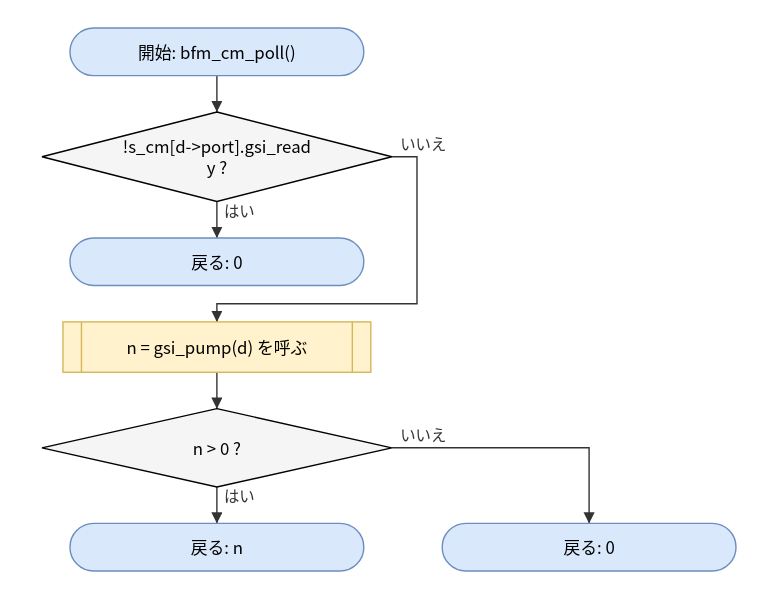
The draw.io diagram doc/spec/images/flow_src_bfm_cm-bfm_cm_poll.drawio.svg in hf355051012-ai/bfmem, before a commit. Source tidied: cells renumbered, new cells last; positions are measured from the earlier drawing's top-left corner, leaving out a move shared by most shapes.
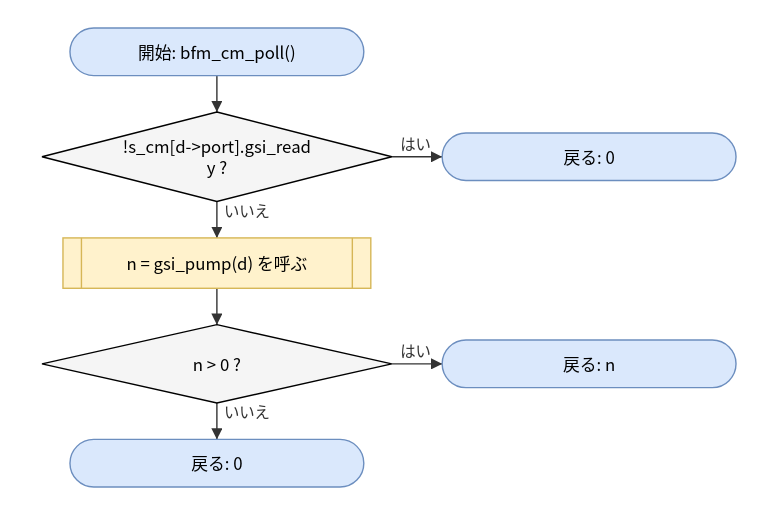
After the change.

What changed in the source:
```diff
@@ -9,47 +9,37 @@
       <mxGeometry y="60" width="250" height="64" as="geometry" />
     </mxCell>
     <mxCell id="4" value="戻る: 0" style="rounded=1;arcSize=50;whiteSpace=wrap;html=1;fillColor=#dae8fc;strokeColor=#6c8ebf;" parent="1" vertex="1">
-      <mxGeometry x="20" y="150" width="210" height="34" as="geometry" />
+      <mxGeometry x="286" y="75" width="210" height="34" as="geometry" />
     </mxCell>
     <mxCell id="5" value="n = gsi_pump(d) を呼ぶ" style="shape=process;whiteSpace=wrap;html=1;backgroundOutline=1;size=0.06;fillColor=#fff2cc;strokeColor=#d6b656;" parent="1" vertex="1">
-      <mxGeometry x="15" y="210" width="220" height="36" as="geometry" />
+      <mxGeometry x="15" y="150" width="220" height="36" as="geometry" />
     </mxCell>
     <mxCell id="6" value="n &amp;gt; 0 ?" style="rhombus;whiteSpace=wrap;html=1;fillColor=#f5f5f5;" parent="1" vertex="1">
-      <mxGeometry y="272" width="250" height="56" as="geometry" />
+      <mxGeometry y="212" width="250" height="56" as="geometry" />
     </mxCell>
     <mxCell id="7" value="戻る: n" style="rounded=1;arcSize=50;whiteSpace=wrap;html=1;fillColor=#dae8fc;strokeColor=#6c8ebf;" parent="1" vertex="1">
-      <mxGeometry x="20" y="354" width="210" height="34" as="geometry" />
+      <mxGeometry x="286" y="223" width="210" height="34" as="geometry" />
     </mxCell>
     <mxCell id="8" value="戻る: 0" style="rounded=1;arcSize=50;whiteSpace=wrap;html=1;fillColor=#dae8fc;strokeColor=#6c8ebf;" parent="1" vertex="1">
-      <mxGeometry x="286" y="354" width="210" height="34" as="geometry" />
+      <mxGeometry x="20" y="294" width="210" height="34" as="geometry" />
     </mxCell>
     <mxCell id="9" style="edgeStyle=none;html=1;rounded=0;endArrow=block;endFill=1;exitX=0.5000;exitY=1.0000;exitDx=0;exitDy=0;exitPerimeter=0;entryX=0.5000;entryY=0.0000;entryDx=0;entryDy=0;entryPerimeter=0;" parent="1" edge="1" source="2" target="3">
       <mxGeometry relative="1" as="geometry" />
     </mxCell>
-    <mxCell id="10" value="はい" style="edgeStyle=none;html=1;rounded=0;endArrow=block;endFill=1;exitX=0.5000;exitY=1.0000;exitDx=0;exitDy=0;exitPerimeter=0;entryX=0.5000;entryY=0.0000;entryDx=0;entryDy=0;entryPerimeter=0;" parent="1" edge="1" source="3" target="4">
+    <mxCell id="10" value="はい" style="edgeStyle=none;html=1;rounded=0;endArrow=block;endFill=1;exitX=1.0000;exitY=0.5000;exitDx=0;exitDy=0;exitPerimeter=0;entryX=0.0000;entryY=0.5000;entryDx=0;entryDy=0;entryPerimeter=0;" parent="1" edge="1" source="3" target="4">
       <mxGeometry relative="1" as="geometry" />
     </mxCell>
-    <mxCell id="11" value="いいえ" style="edgeStyle=none;html=1;rounded=0;endArrow=block;endFill=1;exitX=1.0000;exitY=0.5000;exitDx=0;exitDy=0;exitPerimeter=0;entryX=0.5000;entryY=0.0000;entryDx=0;entryDy=0;entryPerimeter=0;" parent="1" edge="1" source="3" target="5">
-      <mxGeometry relative="1" as="geometry">
-        <Array as="points">
-          <mxPoint x="268" y="92" />
-          <mxPoint x="268" y="197" />
-          <mxPoint x="125" y="197" />
-        </Array>
-      </mxGeometry>
+    <mxCell id="11" value="いいえ" style="edgeStyle=none;html=1;rounded=0;endArrow=block;endFill=1;exitX=0.5000;exitY=1.0000;exitDx=0;exitDy=0;exitPerimeter=0;entryX=0.5000;entryY=0.0000;entryDx=0;entryDy=0;entryPerimeter=0;" parent="1" edge="1" source="3" target="5">
+      <mxGeometry relative="1" as="geometry" />
     </mxCell>
     <mxCell id="12" style="edgeStyle=none;html=1;rounded=0;endArrow=block;endFill=1;exitX=0.5000;exitY=1.0000;exitDx=0;exitDy=0;exitPerimeter=0;entryX=0.5000;entryY=0.0000;entryDx=0;entryDy=0;entryPerimeter=0;" parent="1" edge="1" source="5" target="6">
       <mxGeometry relative="1" as="geometry" />
     </mxCell>
-    <mxCell id="13" value="はい" style="edgeStyle=none;html=1;rounded=0;endArrow=block;endFill=1;exitX=0.5000;exitY=1.0000;exitDx=0;exitDy=0;exitPerimeter=0;entryX=0.5000;entryY=0.0000;entryDx=0;entryDy=0;entryPerimeter=0;" parent="1" edge="1" source="6" target="7">
+    <mxCell id="13" value="はい" style="edgeStyle=none;html=1;rounded=0;endArrow=block;endFill=1;exitX=1.0000;exitY=0.5000;exitDx=0;exitDy=0;exitPerimeter=0;entryX=0.0000;entryY=0.5000;entryDx=0;entryDy=0;entryPerimeter=0;" parent="1" edge="1" source="6" target="7">
       <mxGeometry relative="1" as="geometry" />
     </mxCell>
-    <mxCell id="14" value="いいえ" style="edgeStyle=none;html=1;rounded=0;endArrow=block;endFill=1;exitX=1.0000;exitY=0.5000;exitDx=0;exitDy=0;exitPerimeter=0;entryX=0.5000;entryY=0.0000;entryDx=0;entryDy=0;entryPerimeter=0;" parent="1" edge="1" source="6" target="8">
-      <mxGeometry relative="1" as="geometry">
-        <Array as="points">
-          <mxPoint x="391" y="300" />
-        </Array>
-      </mxGeometry>
+    <mxCell id="14" value="いいえ" style="edgeStyle=none;html=1;rounded=0;endArrow=block;endFill=1;exitX=0.5000;exitY=1.0000;exitDx=0;exitDy=0;exitPerimeter=0;entryX=0.5000;entryY=0.0000;entryDx=0;entryDy=0;entryPerimeter=0;" parent="1" edge="1" source="6" target="8">
+      <mxGeometry relative="1" as="geometry" />
     </mxCell>
   </root>
 </mxGraphModel>
```
